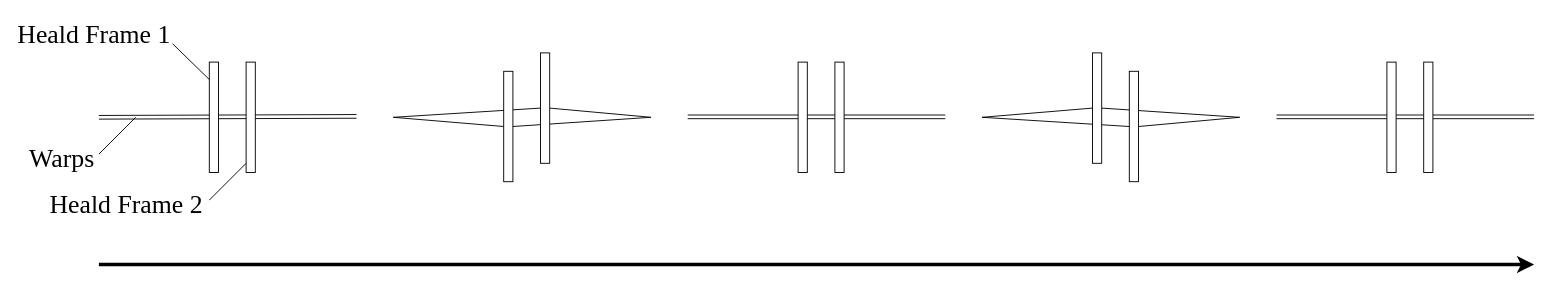
Before: loomponch.drawio in penguin1q/drawio, a draw.io diagram. Source tidied: cells renumbered, new cells numbered last; positions are measured from the earlier drawing's top-left corner, leaving out a move shared by most shapes. Both pictures are drawn from the tidied source at 92%, with x=0, y=0 at pixel (16, 16).
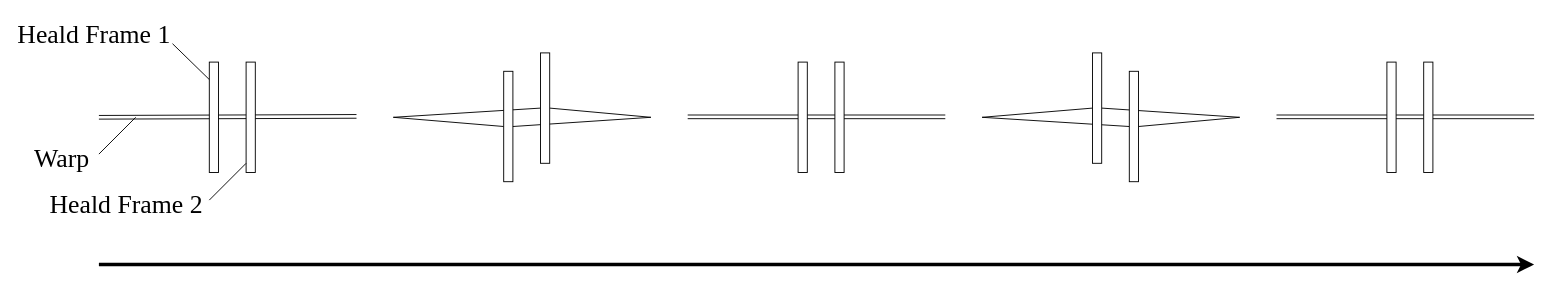
Above is the later version.

Commit message:
loomponch.drawio を更新します

Change to the diagram source:
```diff
@@
-    <mxCell id="29" value="&lt;font style=&quot;font-size: 28px;&quot; face=&quot;Times New Roman&quot;&gt;Warps&lt;/font&gt;" style="text;html=1;align=center;verticalAlign=middle;whiteSpace=wrap;rounded=0;" parent="1" vertex="1">
+    <mxCell id="29" value="&lt;font style=&quot;font-size: 28px;&quot; face=&quot;Times New Roman&quot;&gt;Warp&lt;/font&gt;" style="text;html=1;align=center;verticalAlign=middle;whiteSpace=wrap;rounded=0;" parent="1" vertex="1">
       <mxGeometry x="10" y="140" width="80" height="30" as="geometry" />
     </mxCell>
```
